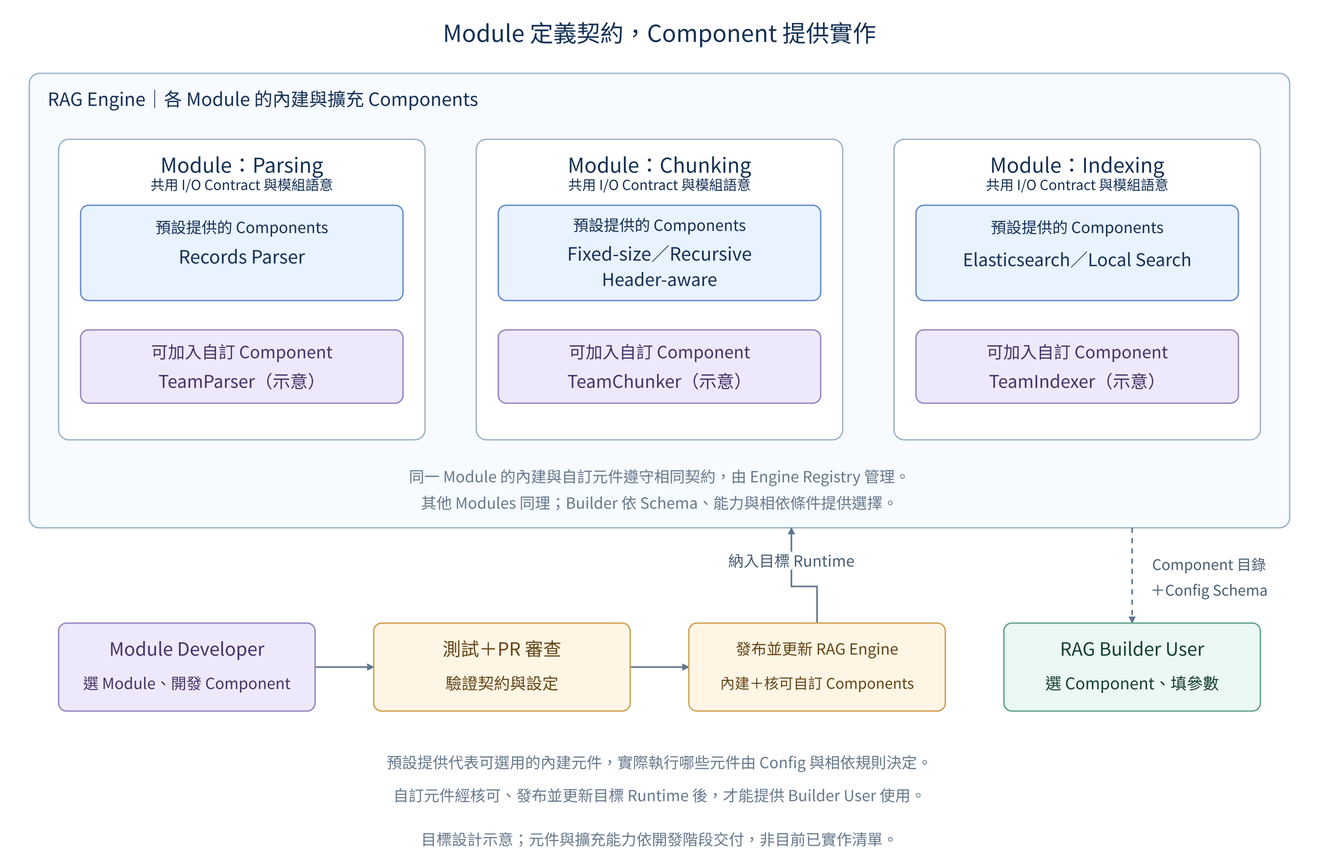
Earlier version of the Mermaid export diagrams/03_module_component_concept.png (SunnyWenwen/rag_platform). Its source is kept beside it as diagrams/03_module_component_concept.mmd.
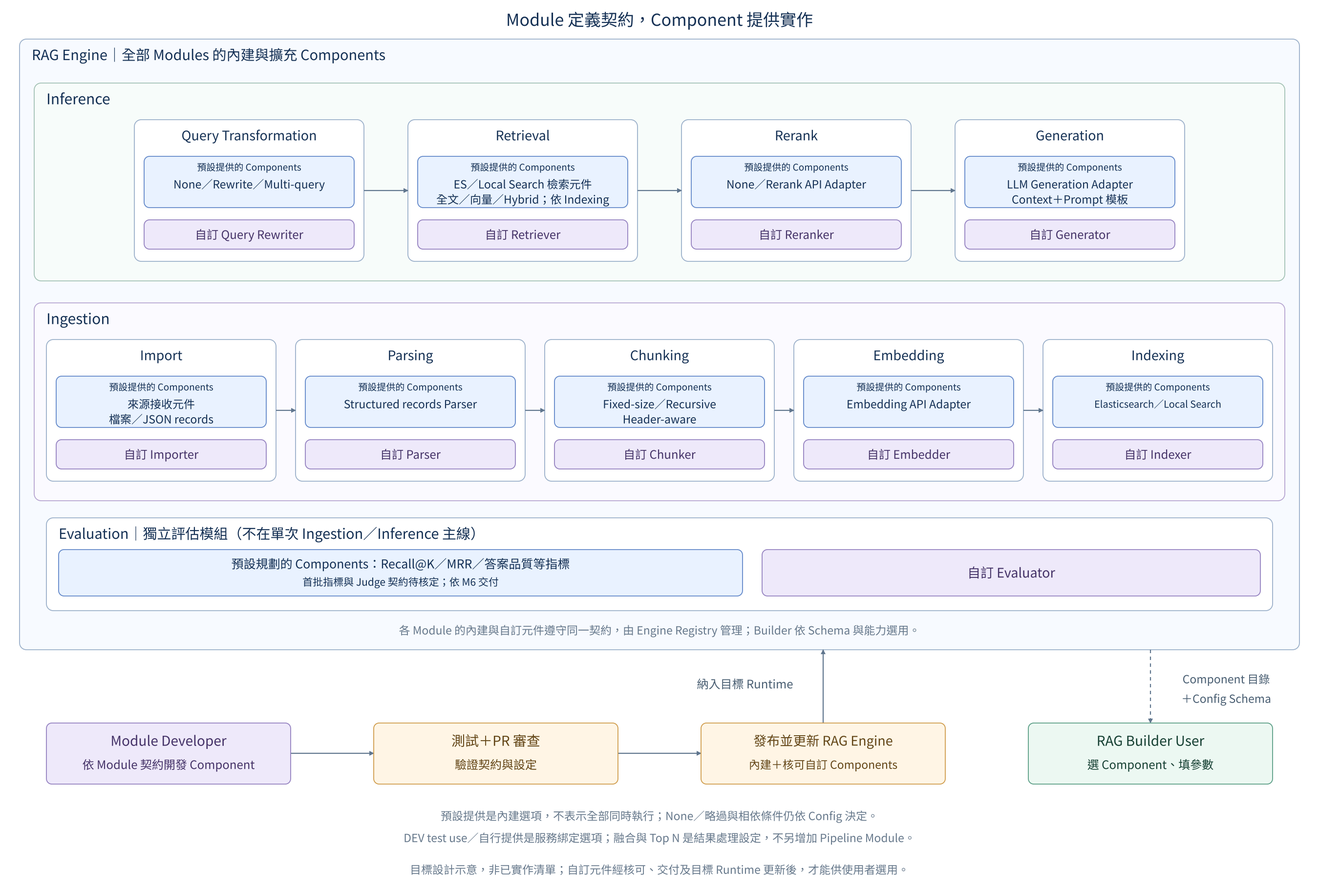
The same diagram one commit later.

Commit message:
docs: show all Engine Modules in inference and ingestion lanes

Diff of the diagram source:
```diff
@@ -1,24 +1,71 @@
 flowchart TB
-    subgraph ENGINE["RAG Engine｜各 Module 的內建與擴充 Components"]
-        direction LR
-        subgraph PARSING["Module：Parsing"]
-            direction TB
-            P0["預設提供：Records Parser"]
-            P1["Developer 擴充：TeamParser（示意）"]
+    subgraph ENGINE["RAG Engine｜全部 Modules 的內建與擴充 Components"]
+        direction TB
+        subgraph INFERENCE["Inference"]
+            direction LR
+            subgraph QUERY["Query Transformation"]
+                direction TB
+                QUERY_BUILTIN["預設提供：None／Rewrite／Multi-query"]
+                QUERY_CUSTOM["自訂 Query Rewriter"]
+            end
+            subgraph RETRIEVAL["Retrieval"]
+                direction TB
+                RETRIEVAL_BUILTIN["預設提供：ES／Local Search 檢索元件；全文／向量／Hybrid；依 Indexing"]
+                RETRIEVAL_CUSTOM["自訂 Retriever"]
+            end
+            subgraph RERANK["Rerank"]
+                direction TB
+                RERANK_BUILTIN["預設提供：None／Rerank API Adapter"]
+                RERANK_CUSTOM["自訂 Reranker"]
+            end
+            subgraph GENERATION["Generation"]
+                direction TB
+                GENERATION_BUILTIN["預設提供：LLM Generation Adapter；Context＋Prompt 模板"]
+                GENERATION_CUSTOM["自訂 Generator"]
+            end
+            QUERY --> RETRIEVAL
+            RETRIEVAL --> RERANK
+            RERANK --> GENERATION
         end
-        subgraph CHUNKING["Module：Chunking"]
-            direction TB
-            C0["預設提供：Fixed-size／Recursive／Header-aware"]
-            C1["Developer 擴充：TeamChunker（示意）"]
+        subgraph INGESTION["Ingestion"]
+            direction LR
+            subgraph IMPORT["Import"]
+                direction TB
+                IMPORT_BUILTIN["預設提供：來源接收元件；檔案／JSON records"]
+                IMPORT_CUSTOM["自訂 Importer"]
+            end
+            subgraph PARSING["Parsing"]
+                direction TB
+                PARSING_BUILTIN["預設提供：Structured records Parser"]
+                PARSING_CUSTOM["自訂 Parser"]
+            end
+            subgraph CHUNKING["Chunking"]
+                direction TB
+                CHUNKING_BUILTIN["預設提供：Fixed-size／Recursive；Header-aware"]
+                CHUNKING_CUSTOM["自訂 Chunker"]
+            end
+            subgraph EMBEDDING["Embedding"]
+                direction TB
+                EMBEDDING_BUILTIN["預設提供：Embedding API Adapter"]
+                EMBEDDING_CUSTOM["自訂 Embedder"]
+            end
+            subgraph INDEXING["Indexing"]
+                direction TB
+                INDEXING_BUILTIN["預設提供：Elasticsearch／Local Search"]
+                INDEXING_CUSTOM["自訂 Indexer"]
+            end
+            IMPORT --> PARSING
+            PARSING --> CHUNKING
+            CHUNKING --> EMBEDDING
+            EMBEDDING --> INDEXING
         end
-        subgraph INDEXING["Module：Indexing"]
-            direction TB
-            I0["預設提供：Elasticsearch／Local Search"]
-            I1["Developer 擴充：TeamIndexer（示意）"]
+        subgraph EVALUATION["Evaluation｜獨立評估模組（不在單次 Ingestion／Inference 主線）"]
+            EVALUATION_BUILTIN["預設規劃：Recall@K／MRR／答案品質等指標"]
+            EVALUATION_CUSTOM["自訂 Evaluator"]
         end
     end
 
-    DEV["Module Developer｜選 Module、開發 Component"] --> CHECK["測試＋PR 審查｜驗證契約與設定"]
+    DEV["Module Developer｜依契約開發 Component"] --> CHECK["測試＋PR 審查｜驗證契約與設定"]
     CHECK --> UPDATE["發布並更新 RAG Engine｜內建＋核可自訂 Components"]
     UPDATE -->|納入目標 Runtime| ENGINE
     ENGINE -. "Component 目錄＋Config Schema" .-> UI["RAG Builder User｜選 Component、填參數"]
@@ -27,11 +74,10 @@
     classDef custom fill:#eee9fa,stroke:#9380bf,color:#443267
     classDef delivery fill:#fff5e5,stroke:#cf9b4a,color:#624516
     classDef builder fill:#ecf8f2,stroke:#599d85,color:#153f32
-    class P0,C0,I0 builtin
-    class P1,C1,I1,DEV custom
+    class QUERY_BUILTIN,RETRIEVAL_BUILTIN,RERANK_BUILTIN,GENERATION_BUILTIN,IMPORT_BUILTIN,PARSING_BUILTIN,CHUNKING_BUILTIN,EMBEDDING_BUILTIN,INDEXING_BUILTIN,EVALUATION_BUILTIN builtin
+    class QUERY_CUSTOM,RETRIEVAL_CUSTOM,RERANK_CUSTOM,GENERATION_CUSTOM,IMPORT_CUSTOM,PARSING_CUSTOM,CHUNKING_CUSTOM,EMBEDDING_CUSTOM,INDEXING_CUSTOM,EVALUATION_CUSTOM,DEV custom
     class CHECK,UPDATE delivery
     class UI builder
     style ENGINE fill:#f7faff,stroke:#9aafc9
-    style PARSING fill:#fff,stroke:#9aafc9
-    style CHUNKING fill:#fff,stroke:#9aafc9
-    style INDEXING fill:#fff,stroke:#9aafc9
+    style INFERENCE fill:#f7fcfa,stroke:#a2c1b4
+    style INGESTION fill:#fbfaff,stroke:#b5a4d0
```
